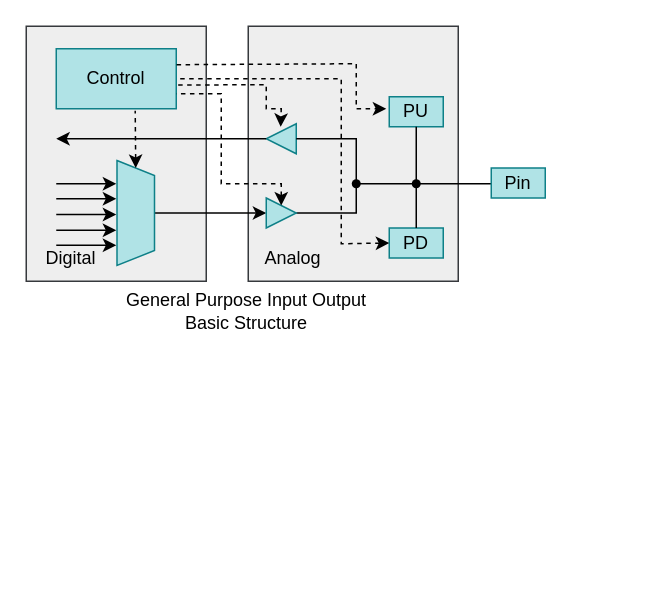
Above: page "GPIO框图" (1 of 8) of drawio/gpio.drawio in iceyxy/flow-chart-drawio (draw.io), before the change. Source tidied: cells renumbered, new cells numbered last; positions are measured from the earlier drawing's top-left corner, leaving out a move shared by most shapes. Both pictures are drawn from the tidied source at 150%, with x=0, y=0 at pixel (26, 26).
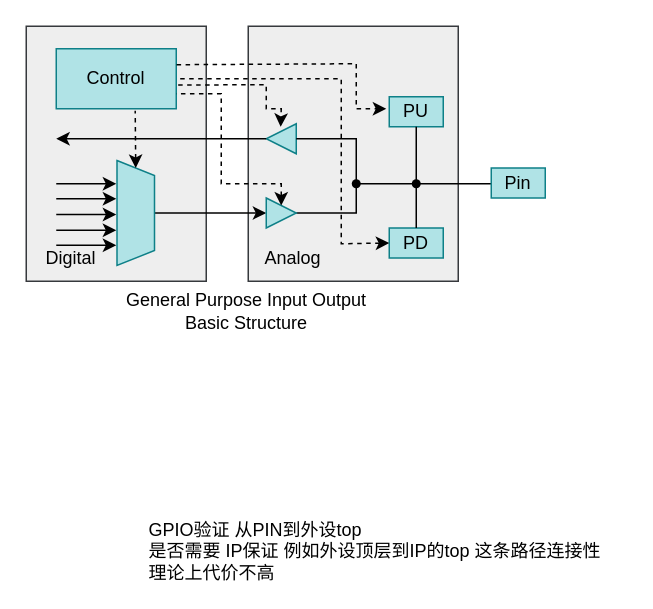
The same diagram, later.

Change to the diagram source:
```diff
@@
+    <mxCell id="34" value="&lt;div&gt;GPIO验证 从PIN到外设top&lt;/div&gt;&lt;div&gt;是否需要 IP保证 例如外设顶层到IP的top 这条路径连接性&lt;/div&gt;&lt;div&gt;理论上代价不高&lt;/div&gt;" style="text;html=1;whiteSpace=wrap;strokeColor=none;fillColor=none;align=left;verticalAlign=middle;rounded=0;" parent="1" vertex="1">
+      <mxGeometry x="80" y="335" width="320" height="30" as="geometry" />
+    </mxCell>
```
